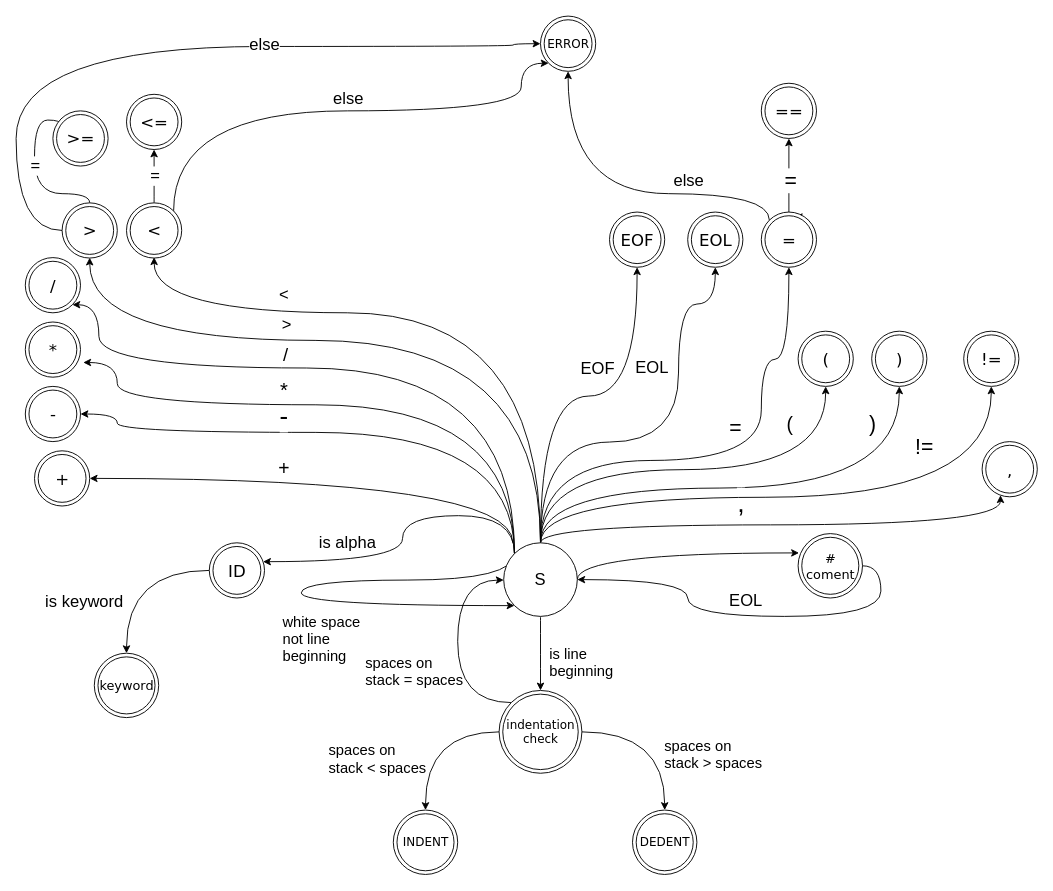
This is fsm.drawio from otcen4s/IFJ-project2019, a draw.io file, before an edit. Source tidied: cells renumbered, new cells numbered last; positions are measured from the earlier drawing's top-left corner, leaving out a move shared by most shapes. Both pictures are drawn from the tidied source at 92%, with x=0, y=0 at pixel (16, 16).
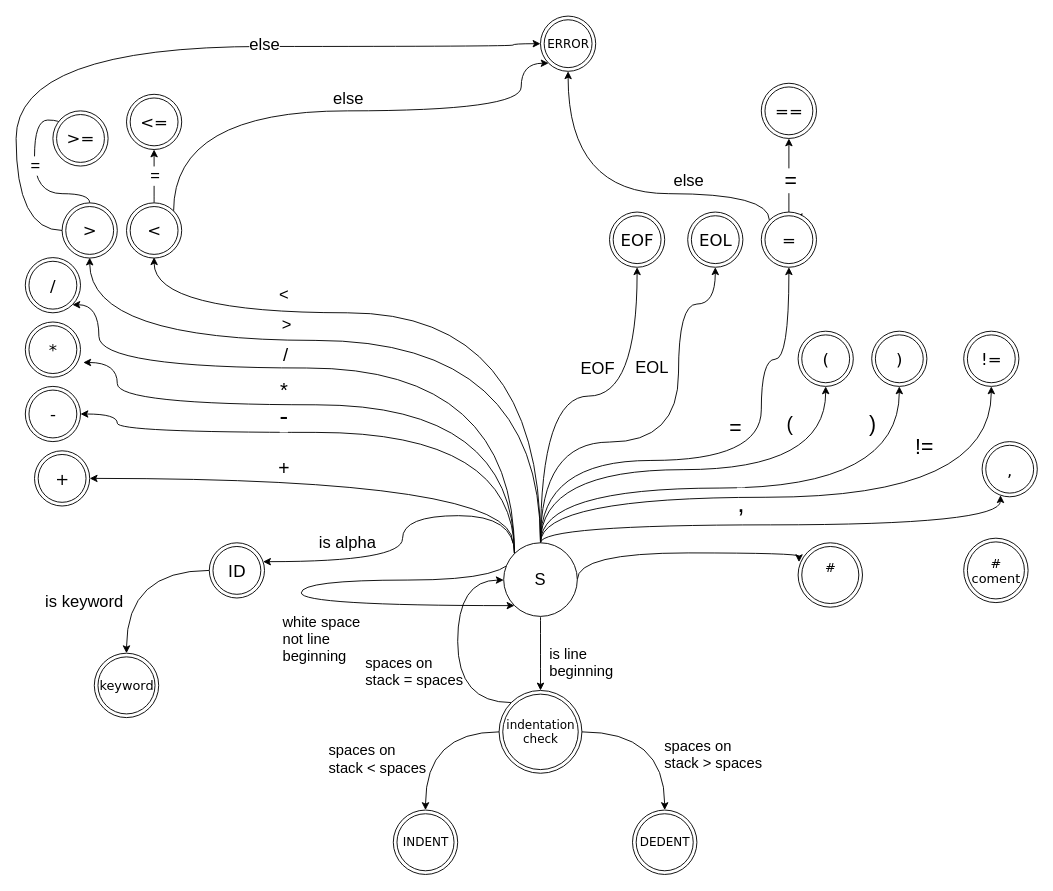
The same diagram, later.

The change refers to these unchanged cells:
```xml
<mxCell id="32" value="&lt;font style=&quot;font-size: 18px;&quot;&gt;S&lt;/font&gt;" style="ellipse;whiteSpace=wrap;html=1;fontSize=18;" parent="1" vertex="1">
  <mxGeometry x="530" y="572.5" width="80" height="80" as="geometry" />
</mxCell>
```

The edit, as a diff of the source:
```diff
@@
-    <mxCell id="68" style="edgeStyle=orthogonalEdgeStyle;curved=1;jettySize=auto;html=1;exitX=1;exitY=0.5;exitDx=0;exitDy=0;fontSize=18;" parent="1" edge="1" source="70" target="32">
-      <mxGeometry relative="1" as="geometry" />
-    </mxCell>
-    <mxCell id="69" value="&lt;font style=&quot;font-size: 18px;&quot;&gt;EOL&lt;/font&gt;" style="text;html=1;align=center;verticalAlign=middle;labelBackgroundColor=#ffffff;fontSize=18;" parent="68" vertex="1">
-      <mxGeometry y="1" relative="1" as="geometry">
-        <mxPoint y="-18" as="offset" />
-      </mxGeometry>
-    </mxCell>
-    <mxCell id="70" value="&lt;div style=&quot;font-size: 14px;&quot;&gt;&lt;font style=&quot;font-size: 14px;&quot;&gt;#&lt;/font&gt; &lt;br style=&quot;font-size: 14px;&quot;&gt;&lt;/div&gt;&lt;div style=&quot;font-size: 14px;&quot;&gt;coment&lt;br style=&quot;font-size: 14px;&quot;&gt;&lt;/div&gt;" style="ellipse;shape=doubleEllipse;html=1;dashed=0;whitespace=wrap;fontFamily=Verdana;fontSize=14;" parent="1" vertex="1">
-      <mxGeometry x="850" y="562.5" width="70" height="70" as="geometry" />
+    <mxCell id="70" value="&lt;div style=&quot;font-size: 14px&quot;&gt;&lt;font style=&quot;font-size: 14px&quot;&gt;#&lt;/font&gt; &lt;br style=&quot;font-size: 14px&quot;&gt;&lt;/div&gt;&lt;div style=&quot;font-size: 14px&quot;&gt;&lt;br style=&quot;font-size: 14px&quot;&gt;&lt;/div&gt;" style="ellipse;shape=doubleEllipse;html=1;dashed=0;whitespace=wrap;fontFamily=Verdana;fontSize=14;" parent="1" vertex="1">
+      <mxGeometry x="850" y="572.5" width="70" height="70" as="geometry" />
     </mxCell>
@@
+    <mxCell id="83" value="&lt;div style=&quot;font-size: 14px;&quot;&gt;&lt;font style=&quot;font-size: 14px;&quot;&gt;#&lt;/font&gt; &lt;br style=&quot;font-size: 14px;&quot;&gt;&lt;/div&gt;&lt;div style=&quot;font-size: 14px;&quot;&gt;coment&lt;br style=&quot;font-size: 14px;&quot;&gt;&lt;/div&gt;" style="ellipse;shape=doubleEllipse;html=1;dashed=0;whitespace=wrap;fontFamily=Verdana;fontSize=14;" parent="1" vertex="1">
+      <mxGeometry x="1030" y="567.5" width="70" height="70" as="geometry" />
+    </mxCell>
```
